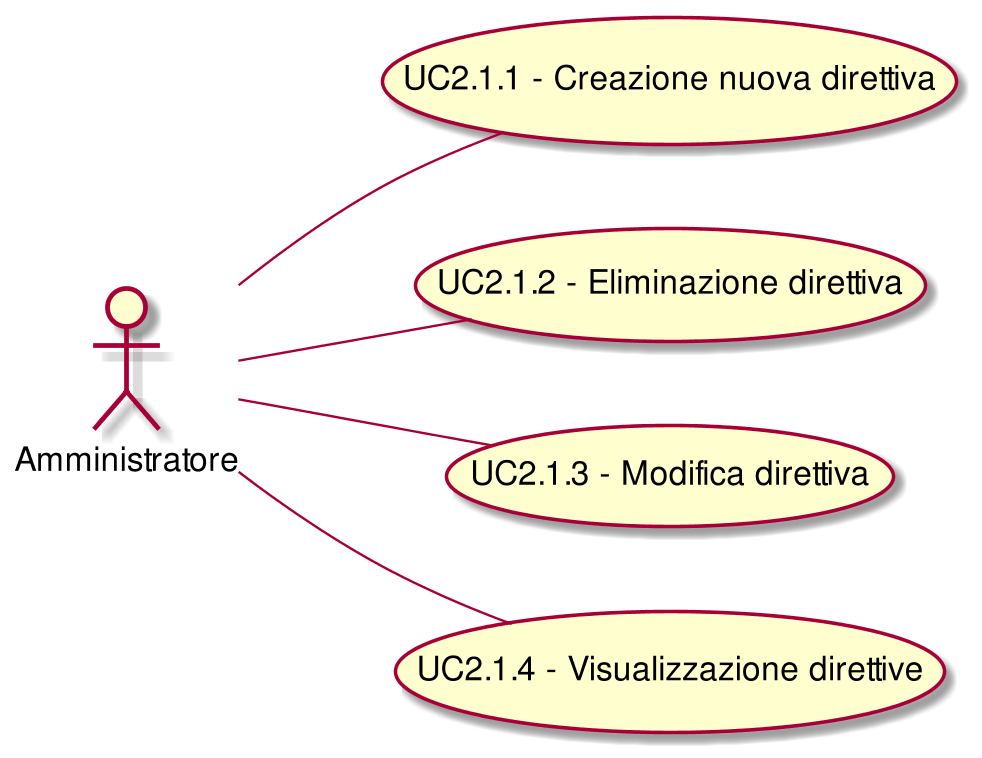
Above: RR/Esterni/AnalisiDeiRequisiti/images/UseCaseUC21.png in CoCodeSWE/Docs (PlantUML), before the change.
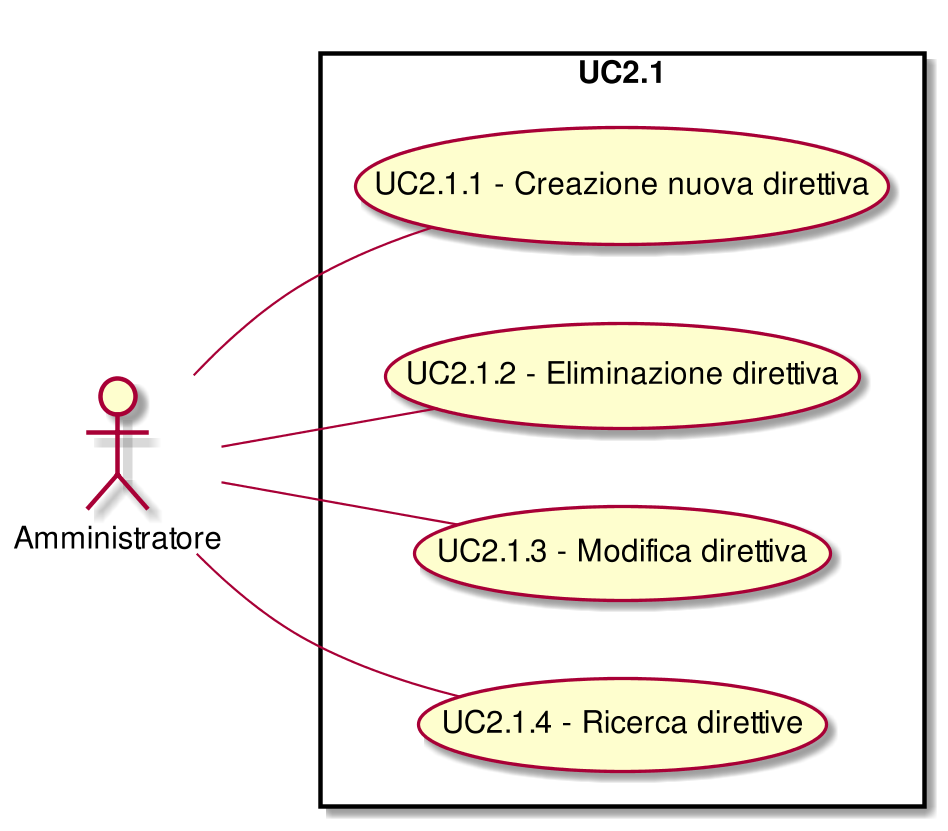
After the commit.

Change to the diagram source:
```diff
@@ -1,12 +1,16 @@
 @startuml
 scale 1000*1000
 left to right direction
+skinparam packageStyle rect
+:Amministratore:
+rectangle UC2.1{
 ( UC2.1.1 - Creazione nuova direttiva ) as (UC2.1.1)
 :Amministratore:--(UC2.1.1)
 ( UC2.1.2 - Eliminazione direttiva  ) as (UC2.1.2)
 :Amministratore:--(UC2.1.2)
 ( UC2.1.3 - Modifica direttiva ) as (UC2.1.3)
 :Amministratore:--(UC2.1.3)
-( UC2.1.4 - Visualizzazione direttive  ) as (UC2.1.4)
+( UC2.1.4 - Ricerca direttive  ) as (UC2.1.4)
 :Amministratore:--(UC2.1.4)
+}
 @enduml
```
